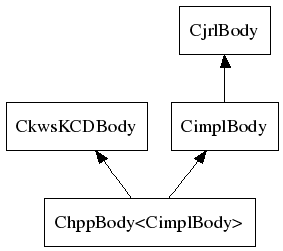
Earlier version of the Graphviz export doc/figures/classDiagramBody.png (pFernbach/hpp-model). Its source is kept beside it as doc/figures/classDiagramBody.dot. Source of this version:
```dot
digraph CD  {
	size = "8,15"
	rankdir = BT
	compound=true
	CjrlBody [shape = box]
	"ChppBody<CimplBody>" [shape = box]
	CkwsKCDBody [shape = box]
	CimplBody [shape = box]
	CimplBody -> CjrlBody
	"ChppBody<CimplBody>" -> CimplBody
	"ChppBody<CimplBody>" -> CkwsKCDBody
}
```
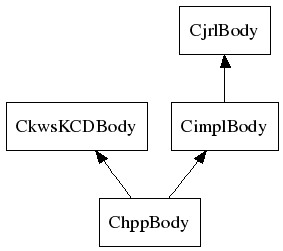
The same diagram one commit later.

The edit, as a diff of the source:
```diff
@@ -3,10 +3,10 @@
 	rankdir = BT
 	compound=true
 	CjrlBody [shape = box]
-	"ChppBody<CimplBody>" [shape = box]
+	"ChppBody" [shape = box]
 	CkwsKCDBody [shape = box]
 	CimplBody [shape = box]
 	CimplBody -> CjrlBody
-	"ChppBody<CimplBody>" -> CimplBody
-	"ChppBody<CimplBody>" -> CkwsKCDBody
+	"ChppBody" -> CimplBody
+	"ChppBody" -> CkwsKCDBody
 }
```
